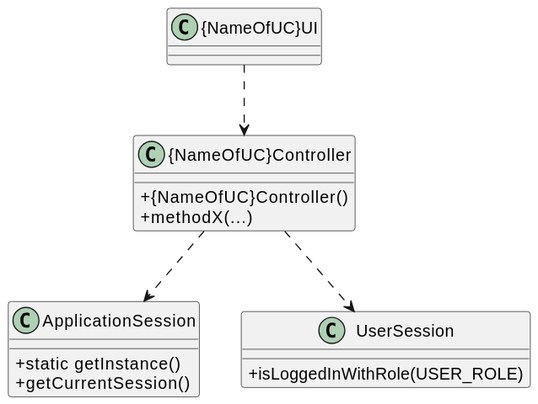
The PlantUML diagram docs/sprintB/global-artifacts/03.design/svg/class-diagram.svg in Paulo-Pereira-at-ISEP/lei-24-s2-1nanb-g321, before a commit. The source it was exported from:
```plantuml
@startuml
skinparam classAttributeIconSize 0

class ApplicationSession
{
  +static getInstance()
  +getCurrentSession()
}

class UserSession
{
  +isLoggedInWithRole(USER_ROLE)
}

class "{NameOfUC}Controller" {
    + {NameOfUC}Controller()
    + methodX(...)
}

class "{NameOfUC}UI" {
}

"{NameOfUC}UI" ..> "{NameOfUC}Controller"
"{NameOfUC}Controller" ..> ApplicationSession
"{NameOfUC}Controller" ..> UserSession
@enduml
```
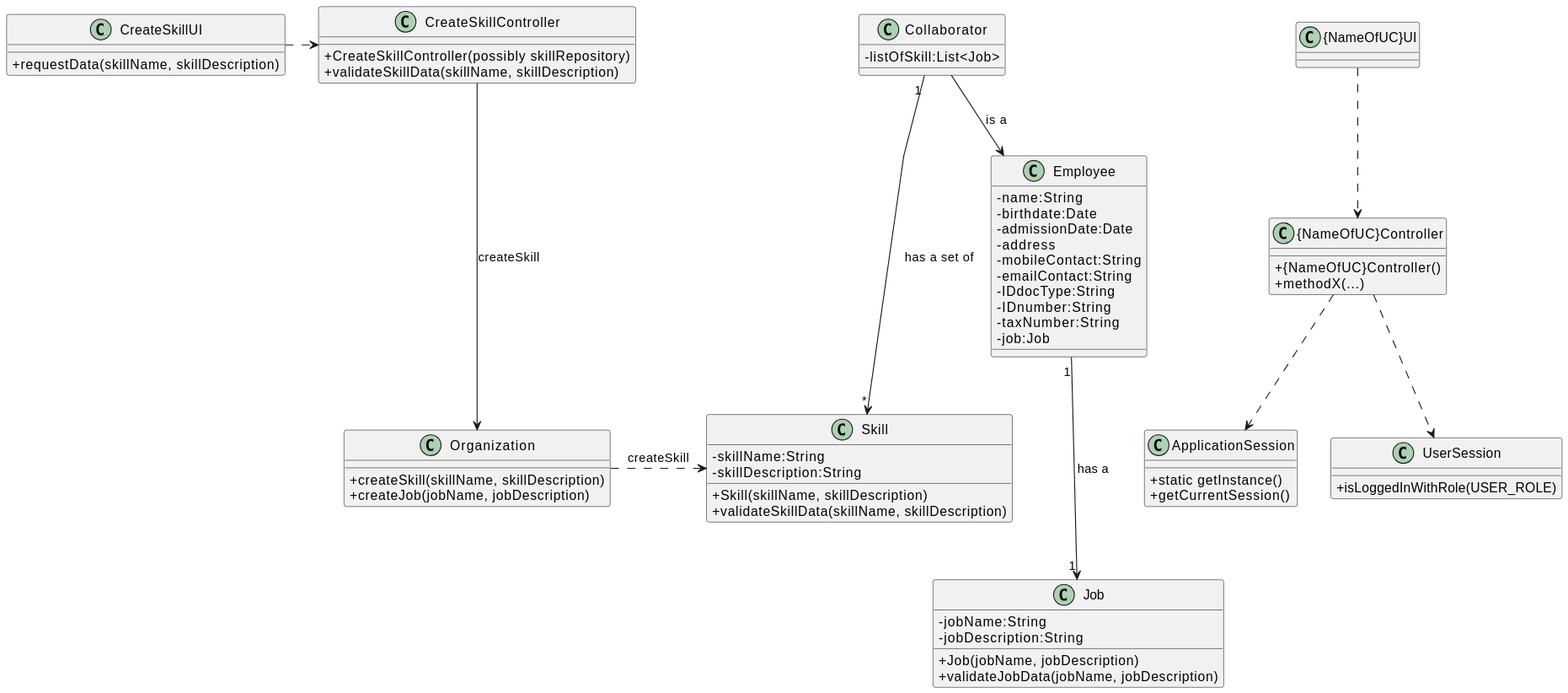
Above is the later version.

Commit message:
LGGPM-108 - Global - Design - Class diagram update

Diff of the diagram source:
```diff
@@ -1,5 +1,7 @@
 @startuml
 skinparam classAttributeIconSize 0
+skinparam linetype polyline
+
 
 class ApplicationSession
 {
@@ -20,6 +22,71 @@
 class "{NameOfUC}UI" {
 }
 
+
+class CreateSkillController {
+    + CreateSkillController(possibly skillRepository)
+    + validateSkillData(skillName, skillDescription)
+
+}
+
+
+class CreateSkillUI {
+    +requestData(skillName, skillDescription)
+}
+
+
+class Employee{
+    -name:String
+    -birthdate:Date
+    -admissionDate:Date
+    -address
+    -mobileContact:String
+    -emailContact:String
+    -IDdocType:String
+    -IDnumber:String
+    -taxNumber:String
+    -job:Job
+
+}
+
+class Collaborator {
+    -listOfSkill:List<Job>
+}
+
+class Organization {
+    +createSkill(skillName, skillDescription)
+    +createJob(jobName, jobDescription)
+}
+
+
+class Skill {
+    -skillName:String
+    -skillDescription:String
+
+    +Skill(skillName, skillDescription)
+    +validateSkillData(skillName, skillDescription)
+}
+
+
+class Job {
+    -jobName:String
+    -jobDescription:String
+
+    +Job(jobName, jobDescription)
+    +validateJobData(jobName, jobDescription)
+}
+
+
+
+CreateSkillUI .> CreateSkillController
+Collaborator "1" ---> "*" Skill : has a set of
+Employee "1" ---> "1" Job : has a
+CreateSkillController --->  Organization : createSkill
+Organization .> Skill : createSkill
+Collaborator --> Employee : is a
+
+
+
 "{NameOfUC}UI" ..> "{NameOfUC}Controller"
 "{NameOfUC}Controller" ..> ApplicationSession
 "{NameOfUC}Controller" ..> UserSession
```
